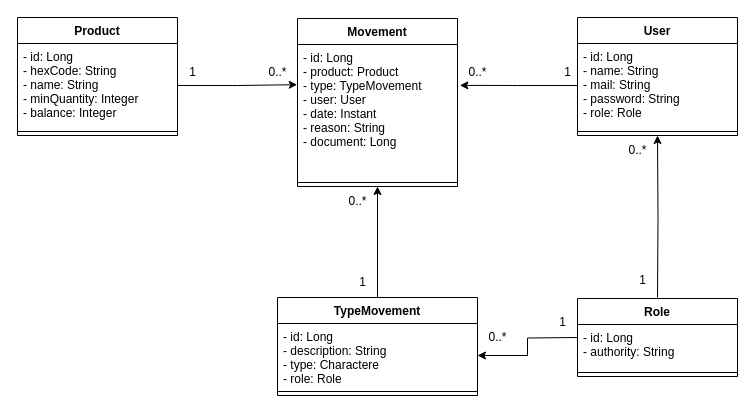
Above: varejonline/product.drawio in augustocesarsousa/draw-io (draw.io), before the change. Source tidied: cells renumbered, new cells numbered last; positions are measured from the earlier drawing's top-left corner, leaving out a move shared by most shapes. Both pictures are drawn from the tidied source at 100%, with x=0, y=0 at pixel (17, 17).
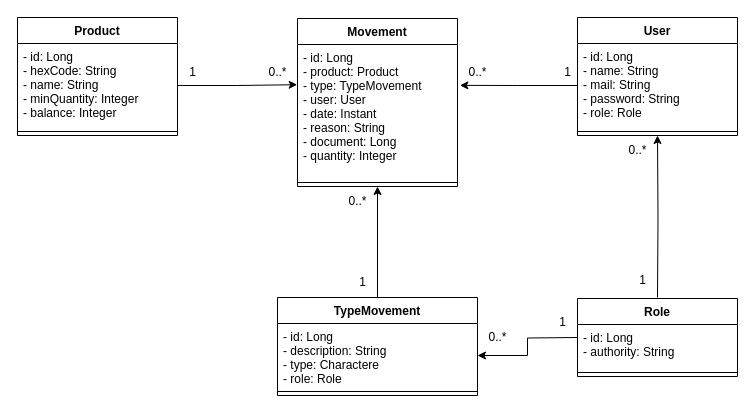
The same diagram, later.

The change refers to these unchanged cells:
```xml
<mxCell id="10" value="Movement" style="swimlane;fontStyle=1;align=center;verticalAlign=top;horizontal=1;startSize=26;" parent="1" vertex="1">
  <mxGeometry x="280" y="1" width="160" height="168" as="geometry" />
</mxCell>
```

Change to the diagram source:
```diff
@@
-    <mxCell id="11" value="- id: Long&#10;- product: Product&#10;- type: TypeMovement&#10;- user: User&#10;- date: Instant&#10;- reason: String&#10;- document: Long" style="text;strokeColor=none;fillColor=none;align=left;verticalAlign=top;spacingLeft=4;spacingRight=4;overflow=hidden;points=[[0,0.5],[1,0.5]];portConstraint=eastwest;" parent="10" vertex="1">
+    <mxCell id="11" value="- id: Long&#10;- product: Product&#10;- type: TypeMovement&#10;- user: User&#10;- date: Instant&#10;- reason: String&#10;- document: Long&#10;- quantity: Integer" style="text;strokeColor=none;fillColor=none;align=left;verticalAlign=top;spacingLeft=4;spacingRight=4;overflow=hidden;points=[[0,0.5],[1,0.5]];portConstraint=eastwest;" parent="10" vertex="1">
       <mxGeometry y="26" width="160" height="134" as="geometry" />
     </mxCell>
```
